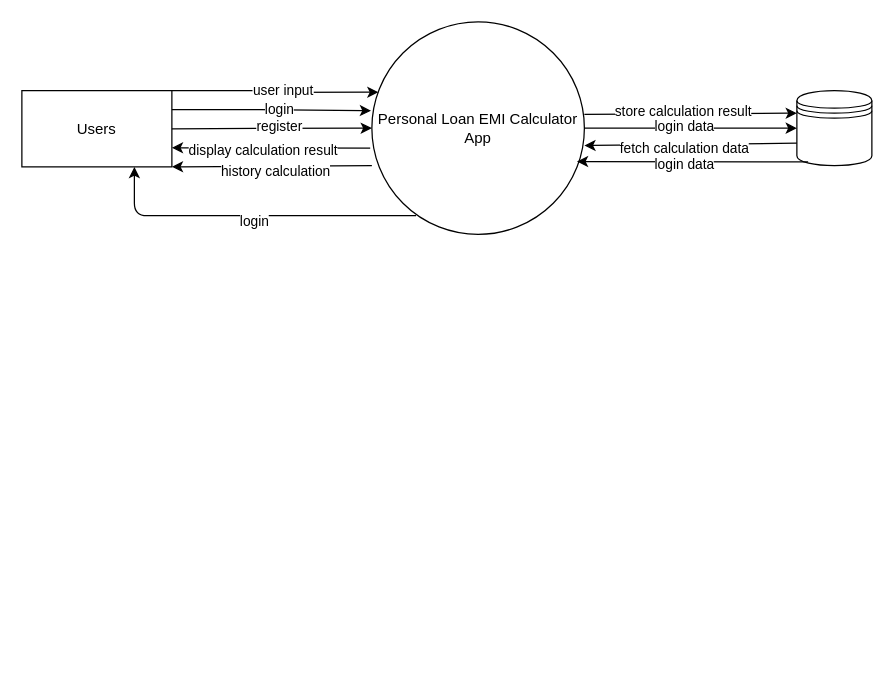
Before: Untitled Diagram.drawio in Batrissyyiaa/Batrissyyiaa, a draw.io diagram. Source tidied: cells renumbered, new cells numbered last; positions are measured from the earlier drawing's top-left corner, leaving out a move shared by most shapes. Both pictures are drawn from the tidied source at 125%, with x=0, y=0 at pixel (21, 21).
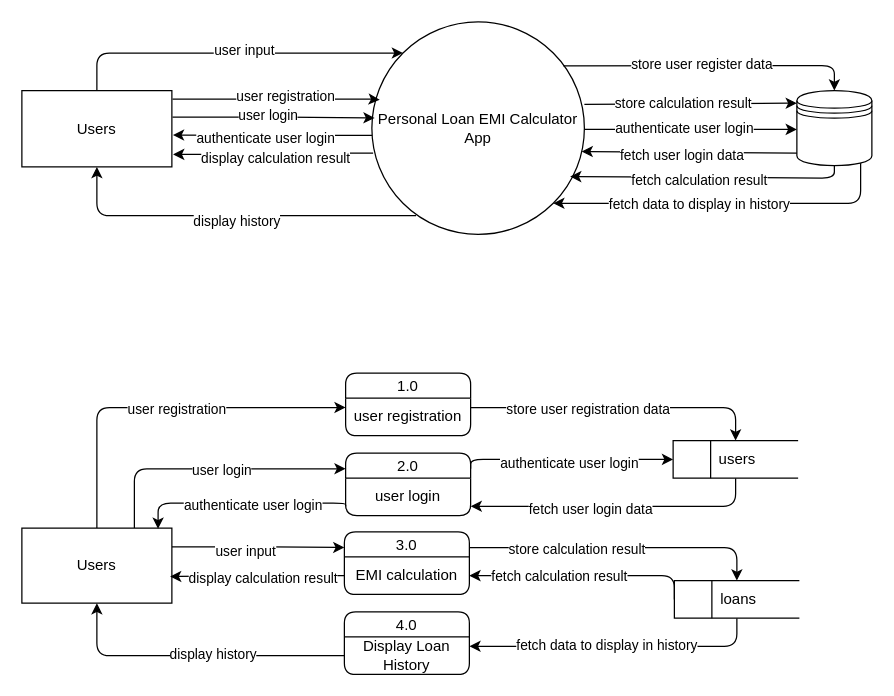
Above is the later version.

Unchanged cells that the change refers to:
```xml
<mxCell id="2" value="Users" style="whiteSpace=wrap;html=1;" parent="1" vertex="1">
  <mxGeometry y="55" width="120" height="61" as="geometry" />
</mxCell>
<mxCell id="3" style="shape=datastore;whiteSpace=wrap;html=1;" parent="1" vertex="1">
  <mxGeometry x="620" y="55" width="60" height="60" as="geometry" />
</mxCell>
<mxCell id="4" value="Personal Loan EMI Calculator App" style="ellipse;whiteSpace=wrap;html=1;" parent="1" vertex="1">
  <mxGeometry x="280" width="170" height="170" as="geometry" />
</mxCell>
```

Diff of the diagram source:
```diff
@@
+    <mxCell id="25" style="edgeStyle=orthogonalEdgeStyle;jettySize=auto;html=1;exitX=0.85;exitY=0.95;exitDx=0;exitDy=0;exitPerimeter=0;entryX=1;entryY=1;entryDx=0;entryDy=0;" parent="1" edge="1" source="3" target="4">
+      <mxGeometry relative="1" as="geometry">
+        <Array as="points">
+          <mxPoint x="671" y="145" />
+        </Array>
+      </mxGeometry>
+    </mxCell>
+    <mxCell id="26" value="fetch data to display in history" style="edgeLabel;html=1;align=center;verticalAlign=middle;" parent="25" vertex="1">
+      <mxGeometry x="0.17" relative="1" as="geometry" />
+    </mxCell>
@@
-    <mxCell id="5" style="endArrow=classic;html=1;exitX=1;exitY=0.5;exitDx=0;exitDy=0;entryX=0;entryY=0.5;entryDx=0;entryDy=0;edgeStyle=orthogonalEdgeStyle;" parent="1" edge="1" source="2">
+    <mxCell id="5" style="endArrow=classic;html=1;exitX=1.004;exitY=0.347;exitDx=0;exitDy=0;entryX=0.013;entryY=0.452;entryDx=0;entryDy=0;edgeStyle=orthogonalEdgeStyle;exitPerimeter=0;entryPerimeter=0;" parent="1" edge="1" source="2" target="4">
       <mxGeometry relative="1" as="geometry">
-        <mxPoint x="280" y="85" as="targetPoint" />
+        <Array as="points">
+          <mxPoint x="200" y="76" />
+        </Array>
       </mxGeometry>
     </mxCell>
-    <mxCell id="6" value="register" style="edgeLabel;html=1;align=center;verticalAlign=middle;" parent="5" vertex="1">
-      <mxGeometry x="0.08" y="2" relative="1" as="geometry" />
+    <mxCell id="6" value="user login" style="edgeLabel;html=1;align=center;verticalAlign=middle;" parent="5" vertex="1">
+      <mxGeometry x="0.08" y="2" relative="1" as="geometry">
+        <mxPoint x="-11" as="offset" />
+      </mxGeometry>
     </mxCell>
-    <mxCell id="7" style="endArrow=classic;html=1;entryX=1;entryY=1;entryDx=0;entryDy=0;exitX=0;exitY=0.676;exitDx=0;exitDy=0;exitPerimeter=0;" parent="1" edge="1" source="4" target="2">
-      <mxGeometry relative="1" as="geometry" />
+    <mxCell id="7" style="endArrow=classic;html=1;exitX=0;exitY=0.676;exitDx=0;exitDy=0;exitPerimeter=0;edgeStyle=orthogonalEdgeStyle;entryX=1;entryY=1;entryDx=0;entryDy=0;" parent="1" edge="1">
+      <mxGeometry relative="1" as="geometry">
+        <mxPoint x="281" y="104.9" as="sourcePoint" />
+        <mxPoint x="121" y="106" as="targetPoint" />
+        <Array as="points">
+          <mxPoint x="201" y="105" />
+          <mxPoint x="201" y="106" />
+        </Array>
+      </mxGeometry>
     </mxCell>
-    <mxCell id="8" value="history calculation" style="edgeLabel;html=1;align=center;verticalAlign=middle;" parent="7" vertex="1">
+    <mxCell id="8" value="display calculation result" style="edgeLabel;html=1;align=center;verticalAlign=middle;" parent="7" vertex="1">
       <mxGeometry x="-0.02" y="3" relative="1" as="geometry">
         <mxPoint y="1" as="offset" />
       </mxGeometry>
     </mxCell>
-    <mxCell id="9" style="endArrow=classic;html=1;exitX=1;exitY=0.5;exitDx=0;exitDy=0;entryX=0;entryY=0.5;entryDx=0;entryDy=0;" parent="1" edge="1" source="4" target="3">
-      <mxGeometry relative="1" as="geometry" />
+    <mxCell id="9" style="endArrow=classic;html=1;exitX=1;exitY=0.5;exitDx=0;exitDy=0;entryX=0;entryY=0.5;entryDx=0;entryDy=0;" parent="1" edge="1">
+      <mxGeometry relative="1" as="geometry">
+        <mxPoint x="450" y="86" as="sourcePoint" />
+        <mxPoint x="620" y="86" as="targetPoint" />
+      </mxGeometry>
     </mxCell>
-    <mxCell id="10" value="login data" style="edgeLabel;html=1;align=center;verticalAlign=middle;" parent="9" vertex="1">
+    <mxCell id="10" value="authenticate user login" style="edgeLabel;html=1;align=center;verticalAlign=middle;" parent="9" vertex="1">
       <mxGeometry x="-0.07" y="2" relative="1" as="geometry" />
     </mxCell>
-    <mxCell id="11" style="endArrow=classic;html=1;exitX=0;exitY=0.7;exitDx=0;exitDy=0;entryX=1;entryY=0.582;entryDx=0;entryDy=0;entryPerimeter=0;" parent="1" edge="1" source="3" target="4">
-      <mxGeometry relative="1" as="geometry" />
+    <mxCell id="11" style="endArrow=classic;html=1;exitX=0;exitY=0.7;exitDx=0;exitDy=0;entryX=0.987;entryY=0.563;entryDx=0;entryDy=0;entryPerimeter=0;" parent="1" edge="1">
+      <mxGeometry relative="1" as="geometry">
+        <mxPoint x="620" y="105" as="sourcePoint" />
+        <mxPoint x="447.8" y="103.7" as="targetPoint" />
+      </mxGeometry>
     </mxCell>
-    <mxCell id="12" value="fetch calculation data" style="edgeLabel;html=1;align=center;verticalAlign=middle;" parent="11" vertex="1">
+    <mxCell id="12" value="fetch user login data" style="edgeLabel;html=1;align=center;verticalAlign=middle;" parent="11" vertex="1">
       <mxGeometry x="0.07" y="2" relative="1" as="geometry" />
     </mxCell>
-    <mxCell id="13" style="endArrow=classic;html=1;exitX=1;exitY=0.25;exitDx=0;exitDy=0;entryX=-0.004;entryY=0.418;entryDx=0;entryDy=0;entryPerimeter=0;edgeStyle=orthogonalEdgeStyle;" parent="1" edge="1" source="2" target="4">
-      <mxGeometry relative="1" as="geometry" />
+    <mxCell id="13" style="endArrow=classic;html=1;exitX=1.004;exitY=0.112;exitDx=0;exitDy=0;entryX=0.037;entryY=0.366;entryDx=0;entryDy=0;entryPerimeter=0;edgeStyle=orthogonalEdgeStyle;exitPerimeter=0;" parent="1" edge="1" source="2" target="4">
+      <mxGeometry relative="1" as="geometry">
+        <Array as="points">
+          <mxPoint x="279" y="62" />
+        </Array>
+      </mxGeometry>
     </mxCell>
-    <mxCell id="14" value="login" style="edgeLabel;html=1;align=center;verticalAlign=middle;" parent="13" vertex="1">
+    <mxCell id="14" value="user registration" style="edgeLabel;html=1;align=center;verticalAlign=middle;" parent="13" vertex="1">
       <mxGeometry x="0.08" y="2" relative="1" as="geometry" />
     </mxCell>
-    <mxCell id="15" style="endArrow=classic;html=1;entryX=1;entryY=0.75;entryDx=0;entryDy=0;exitX=-0.008;exitY=0.594;exitDx=0;exitDy=0;exitPerimeter=0;" parent="1" edge="1" source="4" target="2">
+    <mxCell id="15" style="endArrow=classic;html=1;entryX=1.007;entryY=0.582;entryDx=0;entryDy=0;exitX=0.001;exitY=0.534;exitDx=0;exitDy=0;exitPerimeter=0;edgeStyle=orthogonalEdgeStyle;entryPerimeter=0;" parent="1" edge="1" source="4" target="2">
       <mxGeometry relative="1" as="geometry" />
     </mxCell>
-    <mxCell id="16" value="display calculation result" style="edgeLabel;html=1;align=center;verticalAlign=middle;" parent="15" vertex="1">
+    <mxCell id="16" value="authenticate user login" style="edgeLabel;html=1;align=center;verticalAlign=middle;" parent="15" vertex="1">
       <mxGeometry x="0.08" y="2" relative="1" as="geometry" />
     </mxCell>
-    <mxCell id="17" style="endArrow=classic;html=1;exitX=1;exitY=0.5;exitDx=0;exitDy=0;entryX=0;entryY=0.3;entryDx=0;entryDy=0;" parent="1" edge="1" target="3">
+    <mxCell id="17" style="endArrow=classic;html=1;exitX=1;exitY=0.5;exitDx=0;exitDy=0;entryX=0;entryY=0.3;entryDx=0;entryDy=0;" parent="1" edge="1">
       <mxGeometry relative="1" as="geometry">
-        <mxPoint x="450" y="74" as="sourcePoint" />
+        <mxPoint x="450" y="66" as="sourcePoint" />
+        <mxPoint x="620" y="65" as="targetPoint" />
       </mxGeometry>
     </mxCell>
     <mxCell id="18" value="store calculation result" style="edgeLabel;html=1;align=center;verticalAlign=middle;" parent="17" vertex="1">
-      <mxGeometry x="-0.07" y="2" relative="1" as="geometry" />
+      <mxGeometry x="-0.07" y="2" relative="1" as="geometry">
+        <mxPoint y="1" as="offset" />
+      </mxGeometry>
     </mxCell>
-    <mxCell id="19" style="endArrow=classic;html=1;exitX=1;exitY=0;exitDx=0;exitDy=0;entryX=0.031;entryY=0.331;entryDx=0;entryDy=0;entryPerimeter=0;edgeStyle=orthogonalEdgeStyle;" parent="1" edge="1" source="2" target="4">
+    <mxCell id="19" style="endArrow=classic;html=1;exitX=0.5;exitY=0;exitDx=0;exitDy=0;entryX=0;entryY=0;entryDx=0;entryDy=0;edgeStyle=orthogonalEdgeStyle;" parent="1" edge="1" source="2" target="4">
       <mxGeometry relative="1" as="geometry">
         <Array as="points">
-          <mxPoint x="200" y="55" />
-          <mxPoint x="200" y="56" />
+          <mxPoint x="60" y="25" />
         </Array>
       </mxGeometry>
     </mxCell>
@@
-    <mxCell id="21" style="endArrow=classic;html=1;entryX=0.75;entryY=1;entryDx=0;entryDy=0;exitX=0.208;exitY=0.912;exitDx=0;exitDy=0;exitPerimeter=0;" parent="1" edge="1" source="4" target="2">
+    <mxCell id="21" style="endArrow=classic;html=1;entryX=0.5;entryY=1;entryDx=0;entryDy=0;exitX=0.208;exitY=0.912;exitDx=0;exitDy=0;exitPerimeter=0;edgeStyle=orthogonalEdgeStyle;" parent="1" edge="1" source="4" target="2">
       <mxGeometry relative="1" as="geometry">
         <Array as="points">
-          <mxPoint x="90" y="155" />
+          <mxPoint x="60" y="155" />
         </Array>
       </mxGeometry>
     </mxCell>
-    <mxCell id="22" value="login" style="edgeLabel;html=1;align=center;verticalAlign=middle;" parent="21" vertex="1">
+    <mxCell id="22" value="display history" style="edgeLabel;html=1;align=center;verticalAlign=middle;" parent="21" vertex="1">
       <mxGeometry x="-0.02" y="3" relative="1" as="geometry">
         <mxPoint y="1" as="offset" />
       </mxGeometry>
     </mxCell>
-    <mxCell id="23" style="endArrow=classic;html=1;entryX=0.965;entryY=0.657;entryDx=0;entryDy=0;entryPerimeter=0;exitX=0.15;exitY=0.95;exitDx=0;exitDy=0;exitPerimeter=0;" parent="1" edge="1" source="3" target="4">
-      <mxGeometry relative="1" as="geometry" />
+    <mxCell id="23" style="endArrow=classic;html=1;entryX=0.933;entryY=0.728;entryDx=0;entryDy=0;entryPerimeter=0;exitX=0.5;exitY=1;exitDx=0;exitDy=0;" parent="1" edge="1" source="3" target="4">
+      <mxGeometry relative="1" as="geometry">
+        <Array as="points">
+          <mxPoint x="650" y="125" />
+        </Array>
+      </mxGeometry>
     </mxCell>
-    <mxCell id="24" value="login data" style="edgeLabel;html=1;align=center;verticalAlign=middle;" parent="23" vertex="1">
+    <mxCell id="24" value="fetch calculation result" style="edgeLabel;html=1;align=center;verticalAlign=middle;" parent="23" vertex="1">
       <mxGeometry x="0.07" y="2" relative="1" as="geometry" />
     </mxCell>
+    <mxCell id="27" style="endArrow=classic;html=1;exitX=0.901;exitY=0.207;exitDx=0;exitDy=0;entryX=0.5;entryY=0;entryDx=0;entryDy=0;exitPerimeter=0;" parent="1" edge="1" source="4" target="3">
+      <mxGeometry relative="1" as="geometry">
+        <Array as="points">
+          <mxPoint x="650" y="35" />
+        </Array>
+      </mxGeometry>
+    </mxCell>
+    <mxCell id="28" value="store user register data" style="edgeLabel;html=1;align=center;verticalAlign=middle;" parent="27" vertex="1">
+      <mxGeometry x="-0.07" y="2" relative="1" as="geometry" />
+    </mxCell>
+    <mxCell id="29" style="edgeStyle=orthogonalEdgeStyle;jettySize=auto;html=1;exitX=0.5;exitY=0;exitDx=0;exitDy=0;entryX=0;entryY=0.25;entryDx=0;entryDy=0;" parent="1" edge="1" source="35" target="37">
+      <mxGeometry relative="1" as="geometry" />
+    </mxCell>
+    <mxCell id="30" value="user registration" style="edgeLabel;html=1;align=center;verticalAlign=middle;" parent="29" vertex="1">
+      <mxGeometry x="0.08" y="-1" relative="1" as="geometry" />
+    </mxCell>
+    <mxCell id="31" style="edgeStyle=orthogonalEdgeStyle;jettySize=auto;html=1;exitX=0.75;exitY=0;exitDx=0;exitDy=0;entryX=0;entryY=0.25;entryDx=0;entryDy=0;" parent="1" edge="1" source="35" target="46">
+      <mxGeometry relative="1" as="geometry" />
+    </mxCell>
+    <mxCell id="32" value="user login" style="edgeLabel;html=1;align=center;verticalAlign=middle;" parent="31" vertex="1">
+      <mxGeometry x="0.08" y="-1" relative="1" as="geometry" />
+    </mxCell>
+    <mxCell id="33" style="edgeStyle=orthogonalEdgeStyle;jettySize=auto;html=1;exitX=1;exitY=0.25;exitDx=0;exitDy=0;entryX=0;entryY=0.25;entryDx=0;entryDy=0;" parent="1" edge="1" source="35" target="50">
+      <mxGeometry relative="1" as="geometry" />
+    </mxCell>
+    <mxCell id="34" value="user input" style="edgeLabel;html=1;align=center;verticalAlign=middle;" parent="33" vertex="1">
+      <mxGeometry x="-0.29" y="-3" relative="1" as="geometry">
+        <mxPoint x="9" as="offset" />
+      </mxGeometry>
+    </mxCell>
+    <mxCell id="35" value="Users" style="rounded=0;whiteSpace=wrap;html=1;" parent="1" vertex="1">
+      <mxGeometry y="405" width="120" height="60" as="geometry" />
+    </mxCell>
+    <mxCell id="36" value="1.0" style="swimlane;fontStyle=0;horizontal=1;startSize=20;fillColor=#ffffff;swimlaneFillColor=#ffffff;rounded=1;swimlaneLine=1;" parent="1" vertex="1">
+      <mxGeometry x="259" y="281" width="100" height="50" as="geometry" />
+    </mxCell>
+    <mxCell id="37" value="user registration" style="text;html=1;align=center;verticalAlign=middle;whiteSpace=wrap;rounded=0;" parent="36" vertex="1">
+      <mxGeometry y="20" width="100" height="30" as="geometry" />
+    </mxCell>
+    <mxCell id="38" style="edgeStyle=orthogonalEdgeStyle;jettySize=auto;html=1;exitX=0.5;exitY=1;exitDx=0;exitDy=0;entryX=1;entryY=0.75;entryDx=0;entryDy=0;" parent="1" edge="1" source="40" target="47">
+      <mxGeometry relative="1" as="geometry" />
+    </mxCell>
+    <mxCell id="39" value="fetch user login data" style="edgeLabel;html=1;align=center;verticalAlign=middle;" parent="38" vertex="1">
+      <mxGeometry x="0.02" y="2" relative="1" as="geometry">
+        <mxPoint x="-19" as="offset" />
+      </mxGeometry>
+    </mxCell>
+    <mxCell id="40" value="users" style="html=1;dashed=0;whiteSpace=wrap;shape=mxgraph.dfd.dataStoreID;align=center;spacingLeft=3;points=[[0,0],[0.5,0],[1,0],[0,0.5],[1,0.5],[0,1],[0.5,1],[1,1]];" parent="1" vertex="1">
+      <mxGeometry x="521" y="335" width="100" height="30" as="geometry" />
+    </mxCell>
+    <mxCell id="41" style="edgeStyle=orthogonalEdgeStyle;jettySize=auto;html=1;exitX=0.5;exitY=1;exitDx=0;exitDy=0;entryX=1;entryY=0.25;entryDx=0;entryDy=0;" parent="1" edge="1" source="45" target="53">
+      <mxGeometry relative="1" as="geometry" />
+    </mxCell>
+    <mxCell id="42" value="fetch data to display in history" style="edgeLabel;html=1;align=center;verticalAlign=middle;" parent="41" vertex="1">
+      <mxGeometry x="0.26" y="-1" relative="1" as="geometry">
+        <mxPoint x="22" as="offset" />
+      </mxGeometry>
+    </mxCell>
+    <mxCell id="43" style="edgeStyle=orthogonalEdgeStyle;jettySize=auto;html=1;exitX=0;exitY=0.5;exitDx=0;exitDy=0;entryX=1;entryY=0.5;entryDx=0;entryDy=0;" parent="1" edge="1" source="45" target="51">
+      <mxGeometry relative="1" as="geometry">
+        <Array as="points">
+          <mxPoint x="522" y="443" />
+        </Array>
+      </mxGeometry>
+    </mxCell>
+    <mxCell id="44" value="fetch calculation result" style="edgeLabel;html=1;align=center;verticalAlign=middle;" parent="43" vertex="1">
+      <mxGeometry x="0.22" relative="1" as="geometry" />
+    </mxCell>
+    <mxCell id="45" value="loans" style="html=1;dashed=0;whiteSpace=wrap;shape=mxgraph.dfd.dataStoreID;align=center;spacingLeft=3;points=[[0,0],[0.5,0],[1,0],[0,0.5],[1,0.5],[0,1],[0.5,1],[1,1]];" parent="1" vertex="1">
+      <mxGeometry x="522" y="447" width="100" height="30" as="geometry" />
+    </mxCell>
+    <mxCell id="46" value="2.0" style="swimlane;fontStyle=0;horizontal=1;startSize=20;fillColor=#ffffff;swimlaneFillColor=#ffffff;rounded=1;swimlaneLine=1;" parent="1" vertex="1">
+      <mxGeometry x="259" y="345" width="100" height="50" as="geometry" />
+    </mxCell>
+    <mxCell id="47" value="user login" style="text;html=1;align=center;verticalAlign=middle;whiteSpace=wrap;rounded=0;" parent="46" vertex="1">
+      <mxGeometry y="20" width="100" height="30" as="geometry" />
+    </mxCell>
+    <mxCell id="48" style="edgeStyle=orthogonalEdgeStyle;jettySize=auto;html=1;exitX=1;exitY=0.25;exitDx=0;exitDy=0;entryX=0.5;entryY=0;entryDx=0;entryDy=0;" parent="1" edge="1" source="50" target="45">
+      <mxGeometry relative="1" as="geometry" />
+    </mxCell>
+    <mxCell id="49" value="store calculation result" style="edgeLabel;html=1;align=center;verticalAlign=middle;" parent="48" vertex="1">
+      <mxGeometry x="-0.29" y="-1" relative="1" as="geometry" />
+    </mxCell>
+    <mxCell id="50" value="3.0" style="swimlane;fontStyle=0;horizontal=1;startSize=20;fillColor=#ffffff;swimlaneFillColor=#ffffff;rounded=1;swimlaneLine=1;" parent="1" vertex="1">
+      <mxGeometry x="258" y="408" width="100" height="50" as="geometry" />
+    </mxCell>
+    <mxCell id="51" value="EMI calculation" style="text;html=1;align=center;verticalAlign=middle;whiteSpace=wrap;rounded=0;" parent="50" vertex="1">
+      <mxGeometry y="20" width="100" height="30" as="geometry" />
+    </mxCell>
+    <mxCell id="52" value="4.0" style="swimlane;fontStyle=0;horizontal=1;startSize=20;fillColor=#ffffff;swimlaneFillColor=#ffffff;rounded=1;swimlaneLine=1;" parent="1" vertex="1">
+      <mxGeometry x="258" y="472" width="100" height="50" as="geometry" />
+    </mxCell>
+    <mxCell id="53" value="Display Loan History" style="text;html=1;align=center;verticalAlign=middle;whiteSpace=wrap;rounded=0;" parent="52" vertex="1">
+      <mxGeometry y="20" width="100" height="30" as="geometry" />
+    </mxCell>
+    <mxCell id="54" style="edgeStyle=orthogonalEdgeStyle;jettySize=auto;html=1;exitX=1;exitY=0.25;exitDx=0;exitDy=0;entryX=0.5;entryY=0;entryDx=0;entryDy=0;" parent="1" edge="1" source="37" target="40">
+      <mxGeometry relative="1" as="geometry" />
+    </mxCell>
+    <mxCell id="55" value="store user registration data" style="edgeLabel;html=1;align=center;verticalAlign=middle;" parent="54" vertex="1">
+      <mxGeometry x="-0.22" y="-1" relative="1" as="geometry" />
+    </mxCell>
+    <mxCell id="56" style="edgeStyle=orthogonalEdgeStyle;jettySize=auto;html=1;exitX=1;exitY=0.25;exitDx=0;exitDy=0;entryX=0;entryY=0.5;entryDx=0;entryDy=0;" parent="1" edge="1" source="46" target="40">
+      <mxGeometry relative="1" as="geometry">
+        <Array as="points">
+          <mxPoint x="359" y="350" />
+        </Array>
+      </mxGeometry>
+    </mxCell>
+    <mxCell id="57" value="authenticate user login" style="edgeLabel;html=1;align=center;verticalAlign=middle;" parent="56" vertex="1">
+      <mxGeometry x="0.02" y="-2" relative="1" as="geometry" />
+    </mxCell>
+    <mxCell id="58" style="edgeStyle=orthogonalEdgeStyle;jettySize=auto;html=1;exitX=0;exitY=0.75;exitDx=0;exitDy=0;entryX=0.908;entryY=0.01;entryDx=0;entryDy=0;entryPerimeter=0;" parent="1" edge="1" source="47" target="35">
+      <mxGeometry relative="1" as="geometry">
+        <Array as="points">
+          <mxPoint x="259" y="385" />
+          <mxPoint x="109" y="385" />
+        </Array>
+      </mxGeometry>
+    </mxCell>
+    <mxCell id="59" value="authenticate user login" style="edgeLabel;html=1;align=center;verticalAlign=middle;" parent="58" vertex="1">
+      <mxGeometry x="0.17" y="1" relative="1" as="geometry">
+        <mxPoint x="24" as="offset" />
+      </mxGeometry>
+    </mxCell>
+    <mxCell id="60" style="edgeStyle=orthogonalEdgeStyle;jettySize=auto;html=1;exitX=0;exitY=0.5;exitDx=0;exitDy=0;entryX=0.988;entryY=0.646;entryDx=0;entryDy=0;entryPerimeter=0;" parent="1" edge="1" source="51" target="35">
+      <mxGeometry relative="1" as="geometry" />
+    </mxCell>
+    <mxCell id="61" value="display calculation result" style="edgeLabel;html=1;align=center;verticalAlign=middle;" parent="60" vertex="1">
+      <mxGeometry x="0.2" y="1" relative="1" as="geometry">
+        <mxPoint x="18" as="offset" />
+      </mxGeometry>
+    </mxCell>
+    <mxCell id="62" style="edgeStyle=orthogonalEdgeStyle;jettySize=auto;html=1;exitX=0;exitY=0.5;exitDx=0;exitDy=0;entryX=0.5;entryY=1;entryDx=0;entryDy=0;" parent="1" edge="1" source="53" target="35">
+      <mxGeometry relative="1" as="geometry" />
+    </mxCell>
+    <mxCell id="63" value="display history" style="edgeLabel;html=1;align=center;verticalAlign=middle;" parent="62" vertex="1">
+      <mxGeometry x="0.14" y="-2" relative="1" as="geometry">
+        <mxPoint x="31" as="offset" />
+      </mxGeometry>
+    </mxCell>
```
